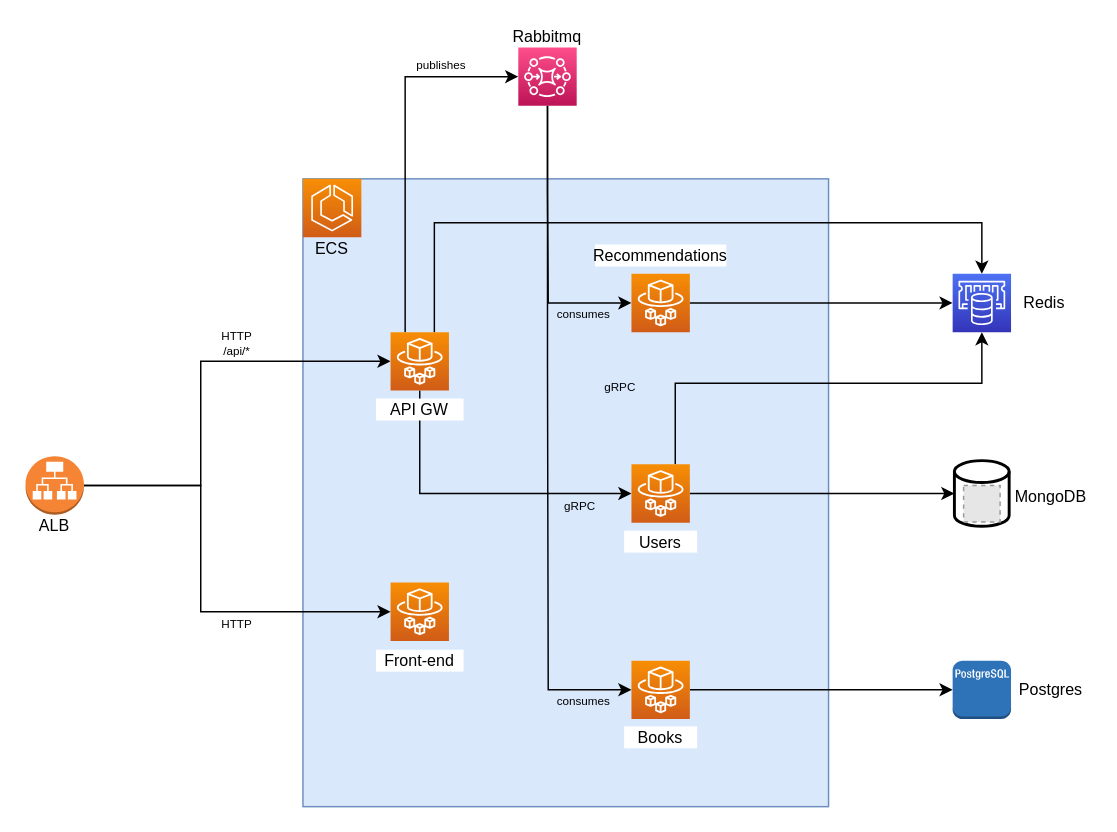
Earlier version of the draw.io diagram architecture/book-recommendations-infra.drawio (juliocesarscheidt/book-recommendations-v2). Source tidied: cells renumbered, new cells numbered last; positions are measured from the earlier drawing's top-left corner, leaving out a move shared by most shapes. Both pictures are drawn from the tidied source at 146%, with x=0, y=0 at pixel (25, 25). Pictures stored in the file or linked from it are replaced by grey dashed boxes.
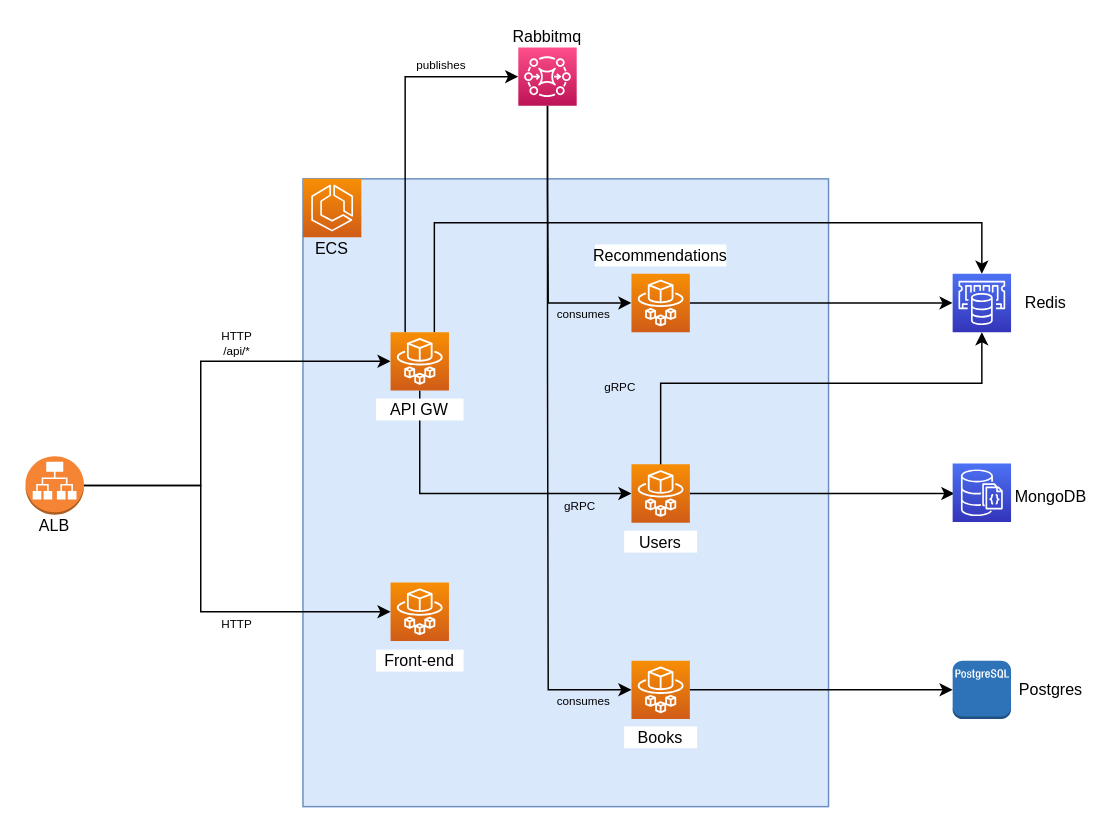
The same diagram, later.

Unchanged cells that the change refers to:
```xml
<mxCell id="18" style="sketch=0;points=[[0,0,0],[0.25,0,0],[0.5,0,0],[0.75,0,0],[1,0,0],[0,1,0],[0.25,1,0],[0.5,1,0],[0.75,1,0],[1,1,0],[0,0.25,0],[0,0.5,0],[0,0.75,0],[1,0.25,0],[1,0.5,0],[1,0.75,0]];outlineConnect=0;fontColor=#232F3E;gradientColor=#F78E04;gradientDirection=north;fillColor=#D05C17;strokeColor=#ffffff;dashed=0;verticalLabelPosition=bottom;verticalAlign=top;align=center;html=1;fontSize=12;fontStyle=0;shape=mxgraph.aws4.resourceIcon;resIcon=mxgraph.aws4.fargate;" parent="1" vertex="1">
  <mxGeometry x="415" y="300.5" width="40" height="40" as="geometry" />
</mxCell>
<mxCell id="27" style="sketch=0;points=[[0,0,0],[0.25,0,0],[0.5,0,0],[0.75,0,0],[1,0,0],[0,1,0],[0.25,1,0],[0.5,1,0],[0.75,1,0],[1,1,0],[0,0.25,0],[0,0.5,0],[0,0.75,0],[1,0.25,0],[1,0.5,0],[1,0.75,0]];outlineConnect=0;fontColor=#232F3E;gradientColor=#4D72F3;gradientDirection=north;fillColor=#3334B9;strokeColor=#ffffff;dashed=0;verticalLabelPosition=bottom;verticalAlign=top;align=center;html=1;fontSize=12;fontStyle=0;shape=mxgraph.aws4.resourceIcon;resIcon=mxgraph.aws4.elasticache;" parent="1" vertex="1">
  <mxGeometry x="635" y="170" width="40" height="40" as="geometry" />
</mxCell>
```

Diff of the diagram source:
```diff
@@
-    <mxCell id="16" style="edgeStyle=orthogonalEdgeStyle;rounded=0;jettySize=auto;html=1;entryX=0;entryY=0.5;entryDx=0;entryDy=0;entryPerimeter=0;" parent="1" edge="1" source="18" target="28">
-      <mxGeometry relative="1" as="geometry" />
+    <mxCell id="16" style="edgeStyle=orthogonalEdgeStyle;rounded=0;jettySize=auto;html=1;entryX=0;entryY=0.5;entryDx=0;entryDy=0;entryPerimeter=0;" parent="1" edge="1" source="18">
+      <mxGeometry relative="1" as="geometry">
+        <mxPoint x="636.2" y="320.5" as="targetPoint" />
+      </mxGeometry>
     </mxCell>
-    <mxCell id="17" style="edgeStyle=orthogonalEdgeStyle;rounded=0;jettySize=auto;html=1;entryX=0.5;entryY=1;entryDx=0;entryDy=0;entryPerimeter=0;exitX=0.75;exitY=0;exitDx=0;exitDy=0;exitPerimeter=0;" parent="1" edge="1" source="18" target="27">
+    <mxCell id="17" style="edgeStyle=orthogonalEdgeStyle;rounded=0;jettySize=auto;html=1;entryX=0.5;entryY=1;entryDx=0;entryDy=0;entryPerimeter=0;" parent="1" edge="1" target="27">
       <mxGeometry relative="1" as="geometry">
+        <mxPoint x="435" y="301" as="sourcePoint" />
         <Array as="points">
-          <mxPoint x="445" y="245" />
+          <mxPoint x="435" y="301" />
+          <mxPoint x="435" y="245" />
           <mxPoint x="655" y="245" />
         </Array>
       </mxGeometry>
     </mxCell>
@@
-    <mxCell id="28" style="strokeWidth=2;html=1;shape=mxgraph.flowchart.database;whiteSpace=wrap;" parent="1" vertex="1">
-      <mxGeometry x="636.2" y="298" width="37.5" height="45" as="geometry" />
-    </mxCell>
-    <mxCell id="29" style="fillColor=#E6E6E6;strokeColor=#999999;dashed=1;verticalLabelPosition=bottom;labelBackgroundColor=default;verticalAlign=top;" parent="1" vertex="1">
-      <mxGeometry x="642.5" y="315" width="25" height="25" as="geometry" />
-    </mxCell>
     <mxCell id="30" value="Redis" style="text;html=1;strokeColor=none;fillColor=default;align=center;verticalAlign=middle;whiteSpace=wrap;rounded=0;fontSize=11;" parent="1" vertex="1">
-      <mxGeometry x="675" y="182.5" width="46.2" height="15" as="geometry" />
+      <mxGeometry x="676" y="182.5" width="46.2" height="15" as="geometry" />
     </mxCell>
@@
+    <mxCell id="44" style="sketch=0;fontColor=#232F3E;gradientColor=#4D72F3;gradientDirection=north;fillColor=#3334B9;strokeColor=#ffffff;dashed=0;verticalLabelPosition=bottom;verticalAlign=top;align=center;html=1;fontSize=12;fontStyle=0;shape=mxgraph.aws4.resourceIcon;resIcon=mxgraph.aws4.documentdb_with_mongodb_compatibility;" parent="1" vertex="1">
+      <mxGeometry x="635" y="300" width="40" height="40" as="geometry" />
+    </mxCell>
```
